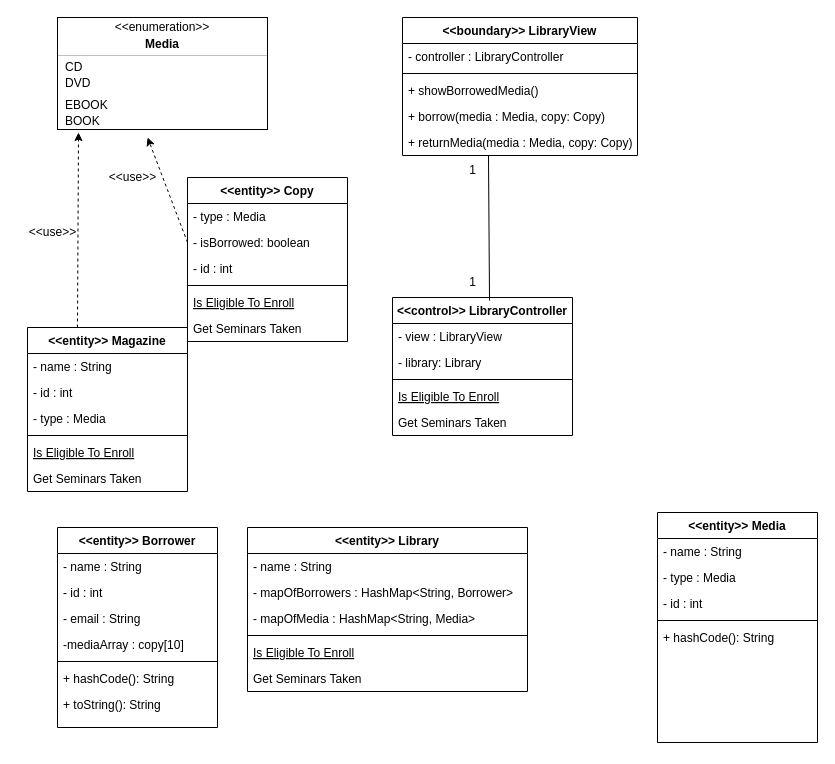
Above: medialibrary.drawio in Viktorvallmark/lab17 (draw.io), before the change. Source tidied: cells renumbered, new cells numbered last; positions are measured from the earlier drawing's top-left corner, leaving out a move shared by most shapes. Both pictures are drawn from the tidied source at 100%, with x=0, y=0 at pixel (17, 17).
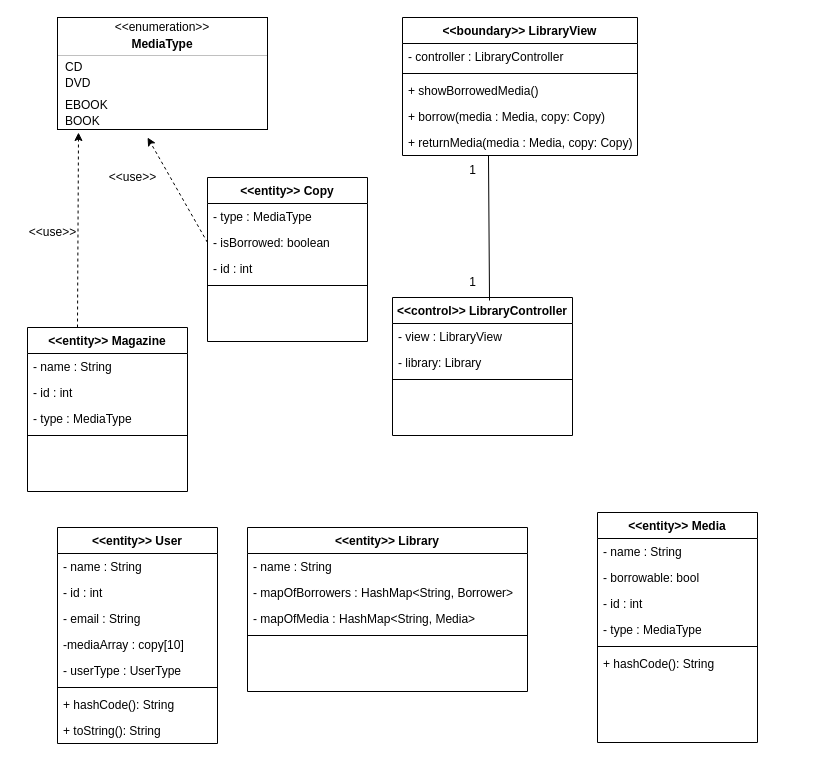
Above is the later version.

The change refers to these unchanged cells:
```xml
<mxCell id="17" value="&lt;&lt;entity&gt;&gt; Library" style="swimlane;fontStyle=1;align=center;verticalAlign=top;horizontal=1;startSize=26;rounded=0;shadow=0;strokeWidth=1;" parent="1" vertex="1">
  <mxGeometry x="230" y="510" width="280" height="164" as="geometry" />
</mxCell>
<mxCell id="24" value="&lt;&lt;control&gt;&gt; LibraryController" style="swimlane;fontStyle=1;align=center;verticalAlign=top;horizontal=1;startSize=26;rounded=0;shadow=0;strokeWidth=1;" parent="1" vertex="1">
  <mxGeometry x="375" y="280" width="180" height="138" as="geometry" />
</mxCell>
<mxCell id="42" value="&lt;&lt;entity&gt;&gt; Magazine" style="swimlane;fontStyle=1;align=center;verticalAlign=top;horizontal=1;startSize=26;rounded=0;shadow=0;strokeWidth=1;" parent="1" vertex="1">
  <mxGeometry x="10" y="310" width="160" height="164" as="geometry" />
</mxCell>
<mxCell id="49" style="fontStyle=1;align=center;verticalAlign=middle;horizontal=1;" parent="1" vertex="1">
  <mxGeometry x="40" width="210" height="112" as="geometry" />
</mxCell>
```

Change to the diagram source:
```diff
@@
-    <mxCell id="2" value="&lt;&lt;entity&gt;&gt; Borrower" style="swimlane;fontStyle=1;align=center;verticalAlign=top;horizontal=1;startSize=26;rounded=0;shadow=0;strokeWidth=1;" parent="1" vertex="1">
-      <mxGeometry x="40" y="510" width="160" height="200" as="geometry" />
+    <mxCell id="2" value="&lt;&lt;entity&gt;&gt; User" style="swimlane;fontStyle=1;align=center;verticalAlign=top;horizontal=1;startSize=26;rounded=0;shadow=0;strokeWidth=1;" parent="1" vertex="1">
+      <mxGeometry x="40" y="510" width="160" height="216" as="geometry" />
     </mxCell>
@@
+    <mxCell id="65" value="-mediaArray : copy[10]" style="text;align=left;verticalAlign=top;spacingLeft=4;spacingRight=4;overflow=hidden;rounded=0;shadow=0;html=0;" parent="2" vertex="1">
+      <mxGeometry y="104" width="160" height="26" as="geometry" />
+    </mxCell>
-    <mxCell id="6" value="-mediaArray : copy[10]" style="text;align=left;verticalAlign=top;spacingLeft=4;spacingRight=4;overflow=hidden;rounded=0;shadow=0;html=0;" parent="2" vertex="1">
-      <mxGeometry y="104" width="160" height="26" as="geometry" />
+    <mxCell id="6" value="- userType : UserType" style="text;align=left;verticalAlign=top;spacingLeft=4;spacingRight=4;overflow=hidden;rounded=0;shadow=0;html=0;" parent="2" vertex="1">
+      <mxGeometry y="130" width="160" height="26" as="geometry" />
     </mxCell>
     <mxCell id="7" style="line;html=1;strokeWidth=1;align=left;verticalAlign=middle;spacingTop=-1;spacingLeft=3;spacingRight=3;labelPosition=right;" parent="2" vertex="1">
-      <mxGeometry y="130" width="160" height="8" as="geometry" />
+      <mxGeometry y="156" width="160" height="8" as="geometry" />
     </mxCell>
     <mxCell id="8" value="+ hashCode(): String" style="text;align=left;verticalAlign=top;spacingLeft=4;spacingRight=4;overflow=hidden;" parent="2" vertex="1">
-      <mxGeometry y="138" width="160" height="26" as="geometry" />
+      <mxGeometry y="164" width="160" height="26" as="geometry" />
     </mxCell>
     <mxCell id="9" value="+ toString(): String" style="text;align=left;verticalAlign=top;spacingLeft=4;spacingRight=4;overflow=hidden;" parent="2" vertex="1">
-      <mxGeometry y="164" width="160" height="26" as="geometry" />
+      <mxGeometry y="190" width="160" height="26" as="geometry" />
     </mxCell>
     <mxCell id="10" value="&lt;&lt;entity&gt;&gt; Copy" style="swimlane;fontStyle=1;align=center;verticalAlign=top;horizontal=1;startSize=26;rounded=0;shadow=0;strokeWidth=1;" parent="1" vertex="1">
-      <mxGeometry x="170" y="160" width="160" height="164" as="geometry" />
+      <mxGeometry x="190" y="160" width="160" height="164" as="geometry" />
     </mxCell>
-    <mxCell id="11" value="- type : Media" style="text;align=left;verticalAlign=top;spacingLeft=4;spacingRight=4;overflow=hidden;" parent="10" vertex="1">
+    <mxCell id="11" value="- type : MediaType" style="text;align=left;verticalAlign=top;spacingLeft=4;spacingRight=4;overflow=hidden;" parent="10" vertex="1">
       <mxGeometry y="26" width="160" height="26" as="geometry" />
     </mxCell>
@@
-    <mxCell id="15" value="Is Eligible To Enroll" style="text;align=left;verticalAlign=top;spacingLeft=4;spacingRight=4;overflow=hidden;fontStyle=4;" parent="10" vertex="1">
-      <mxGeometry y="112" width="160" height="26" as="geometry" />
-    </mxCell>
-    <mxCell id="16" value="Get Seminars Taken" style="text;align=left;verticalAlign=top;spacingLeft=4;spacingRight=4;overflow=hidden;" parent="10" vertex="1">
-      <mxGeometry y="138" width="160" height="26" as="geometry" />
-    </mxCell>
@@
-    <mxCell id="22" value="Is Eligible To Enroll" style="text;align=left;verticalAlign=top;spacingLeft=4;spacingRight=4;overflow=hidden;fontStyle=4;" parent="17" vertex="1">
-      <mxGeometry y="112" width="280" height="26" as="geometry" />
-    </mxCell>
-    <mxCell id="23" value="Get Seminars Taken" style="text;align=left;verticalAlign=top;spacingLeft=4;spacingRight=4;overflow=hidden;" parent="17" vertex="1">
-      <mxGeometry y="138" width="280" height="26" as="geometry" />
-    </mxCell>
@@
-    <mxCell id="28" value="Is Eligible To Enroll" style="text;align=left;verticalAlign=top;spacingLeft=4;spacingRight=4;overflow=hidden;fontStyle=4;" parent="24" vertex="1">
-      <mxGeometry y="86" width="180" height="26" as="geometry" />
-    </mxCell>
-    <mxCell id="29" value="Get Seminars Taken" style="text;align=left;verticalAlign=top;spacingLeft=4;spacingRight=4;overflow=hidden;" parent="24" vertex="1">
-      <mxGeometry y="112" width="180" height="26" as="geometry" />
-    </mxCell>
@@
     <mxCell id="36" value="&lt;&lt;entity&gt;&gt; Media" style="swimlane;fontStyle=1;align=center;verticalAlign=top;horizontal=1;startSize=26;rounded=0;shadow=0;strokeWidth=1;" parent="1" vertex="1">
-      <mxGeometry x="640" y="495" width="160" height="230" as="geometry" />
+      <mxGeometry x="580" y="495" width="160" height="230" as="geometry" />
     </mxCell>
@@
-    <mxCell id="38" value="- type : Media" style="text;align=left;verticalAlign=top;spacingLeft=4;spacingRight=4;overflow=hidden;rounded=0;shadow=0;html=0;" parent="36" vertex="1">
-      <mxGeometry y="52" width="160" height="26" as="geometry" />
-    </mxCell>
+    <mxCell id="66" value="- borrowable: bool" style="text;align=left;verticalAlign=top;spacingLeft=4;spacingRight=4;overflow=hidden;rounded=0;shadow=0;html=0;" parent="36" vertex="1">
+      <mxGeometry y="52" width="160" height="26" as="geometry" />
+    </mxCell>
@@
+    <mxCell id="67" value="- type : MediaType" style="text;align=left;verticalAlign=top;spacingLeft=4;spacingRight=4;overflow=hidden;rounded=0;shadow=0;html=0;" parent="36" vertex="1">
+      <mxGeometry y="104" width="160" height="26" as="geometry" />
+    </mxCell>
     <mxCell id="40" style="line;html=1;strokeWidth=1;align=left;verticalAlign=middle;spacingTop=-1;spacingLeft=3;spacingRight=3;labelPosition=right;" parent="36" vertex="1">
-      <mxGeometry y="104" width="160" height="8" as="geometry" />
+      <mxGeometry y="130" width="160" height="8" as="geometry" />
     </mxCell>
     <mxCell id="41" value="+ hashCode(): String" style="text;align=left;verticalAlign=top;spacingLeft=4;spacingRight=4;overflow=hidden;rounded=0;shadow=0;html=0;" parent="36" vertex="1">
-      <mxGeometry y="112" width="160" height="26" as="geometry" />
+      <mxGeometry y="138" width="160" height="26" as="geometry" />
     </mxCell>
@@
-    <mxCell id="45" value="- type : Media" style="text;align=left;verticalAlign=top;spacingLeft=4;spacingRight=4;overflow=hidden;rounded=0;shadow=0;html=0;" parent="42" vertex="1">
+    <mxCell id="45" value="- type : MediaType" style="text;align=left;verticalAlign=top;spacingLeft=4;spacingRight=4;overflow=hidden;rounded=0;shadow=0;html=0;" parent="42" vertex="1">
       <mxGeometry y="78" width="160" height="26" as="geometry" />
     </mxCell>
@@
-    <mxCell id="47" value="Is Eligible To Enroll" style="text;align=left;verticalAlign=top;spacingLeft=4;spacingRight=4;overflow=hidden;fontStyle=4;" parent="42" vertex="1">
-      <mxGeometry y="112" width="160" height="26" as="geometry" />
-    </mxCell>
-    <mxCell id="48" value="Get Seminars Taken" style="text;align=left;verticalAlign=top;spacingLeft=4;spacingRight=4;overflow=hidden;" parent="42" vertex="1">
-      <mxGeometry y="138" width="160" height="26" as="geometry" />
-    </mxCell>
@@
-    <mxCell id="51" value="Media" style="html=1;align=center;spacing=0;verticalAlign=middle;strokeColor=none;fillColor=none;whiteSpace=wrap;fontStyle=1;" parent="49" vertex="1">
+    <mxCell id="51" value="MediaType" style="html=1;align=center;spacing=0;verticalAlign=middle;strokeColor=none;fillColor=none;whiteSpace=wrap;fontStyle=1;" parent="49" vertex="1">
       <mxGeometry y="20" width="210" height="14" as="geometry" />
     </mxCell>
```
